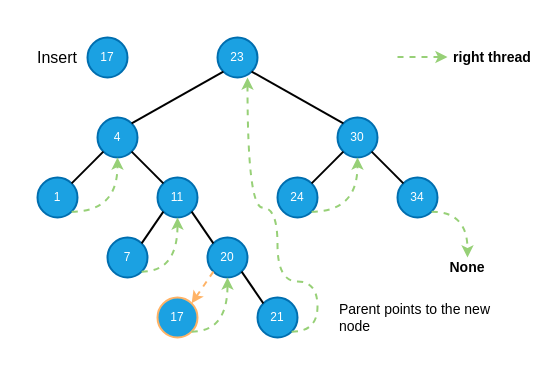
Earlier version of the draw.io diagram page "11" (11 of 14) of diagrams/right_tbst_insert.drawio (shunsvineyard/pyforest). Source tidied: cells renumbered, new cells numbered last; positions are measured from the earlier drawing's top-left corner, leaving out a move shared by most shapes. Both pictures are drawn from the tidied source at 100%, with x=0, y=0 at pixel (17, 17).
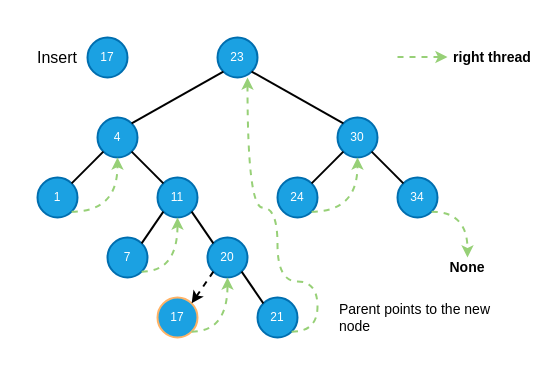
The same diagram, later.

The change refers to these unchanged cells:
```xml
<mxCell id="11" value="20" style="ellipse;whiteSpace=wrap;html=1;strokeColor=#006EAF;strokeWidth=2;fillColor=#1ba1e2;fontColor=#ffffff;" parent="1" vertex="1">
  <mxGeometry x="190" y="220" width="40" height="40" as="geometry" />
</mxCell>
<mxCell id="32" value="17" style="ellipse;whiteSpace=wrap;html=1;strokeColor=#FFB366;strokeWidth=2;fillColor=#1ba1e2;fontColor=#ffffff;" parent="1" vertex="1">
  <mxGeometry x="140" y="280" width="40" height="40" as="geometry" />
</mxCell>
```

Diff of the diagram source:
```diff
@@
-    <mxCell id="34" style="endArrow=classic;html=1;dashed=1;strokeColor=#FFB366;strokeWidth=2;exitX=0;exitY=1;exitDx=0;exitDy=0;entryX=1;entryY=0;entryDx=0;entryDy=0;" parent="1" edge="1" source="11" target="32">
+    <mxCell id="34" style="endArrow=classic;html=1;dashed=1;strokeColor=#000000;strokeWidth=2;exitX=0;exitY=1;exitDx=0;exitDy=0;entryX=1;entryY=0;entryDx=0;entryDy=0;" parent="1" edge="1" source="11" target="32">
       <mxGeometry relative="1" as="geometry" />
     </mxCell>
```
